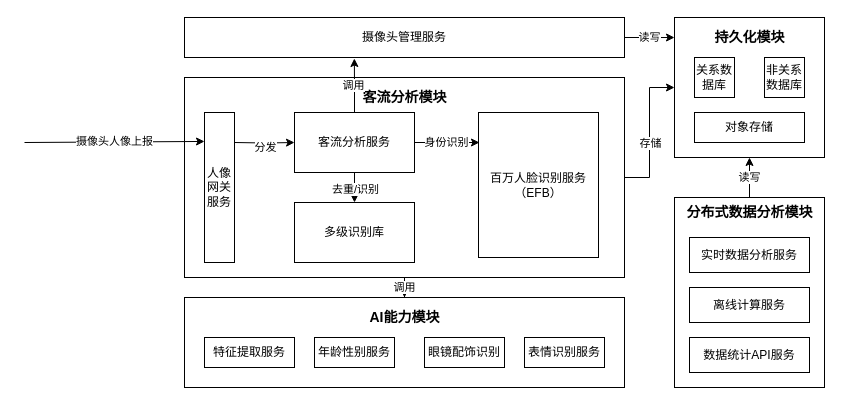
xiaoxinyi/draw-io keeps this draw.io diagram as page "系统架构" (1 of 5) of 客流系统.drawio. Above is the earlier version. Source tidied: cells renumbered, new cells numbered last; positions are measured from the earlier drawing's top-left corner, leaving out a move shared by most shapes. Both pictures are drawn from the tidied source at 100%, with x=0, y=0 at pixel (24, 17).
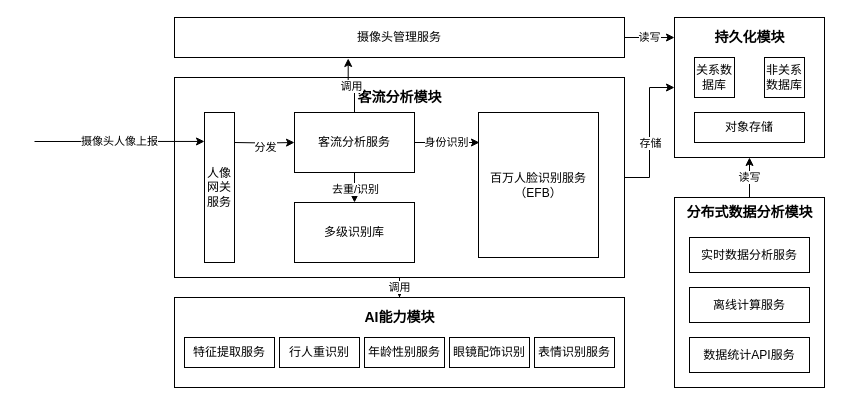
After the change.

Unchanged cells that the change refers to:
```xml
<mxCell id="11" value="人像网关服务" style="rounded=0;whiteSpace=wrap;html=1;" parent="1" vertex="1">
  <mxGeometry x="180" y="95" width="30" height="150" as="geometry" />
</mxCell>
```

The edit, as a diff of the source:
```diff
@@
     <mxCell id="3" value="摄像头管理服务" style="rounded=0;whiteSpace=wrap;html=1;" parent="1" vertex="1">
-      <mxGeometry x="160" width="440" height="40" as="geometry" />
+      <mxGeometry x="150" width="450" height="40" as="geometry" />
     </mxCell>
@@
     <mxCell id="7" style="rounded=0;whiteSpace=wrap;html=1;" parent="1" vertex="1">
-      <mxGeometry x="160" y="60" width="440" height="200" as="geometry" />
+      <mxGeometry x="150" y="60" width="450" height="200" as="geometry" />
     </mxCell>
     <mxCell id="8" value="&lt;b&gt;&lt;font style=&quot;font-size: 14px&quot;&gt;客流分析模块&lt;/font&gt;&lt;/b&gt;" style="text;html=1;align=center;verticalAlign=middle;fillColor=none;strokeColor=none;rounded=0;" parent="1" vertex="1">
-      <mxGeometry x="330" y="70" width="100" height="20" as="geometry" />
+      <mxGeometry x="325" y="70" width="100" height="20" as="geometry" />
     </mxCell>
@@
     <mxCell id="21" value="摄像头人像上报" style="endArrow=classic;html=1;entryX=0;entryY=0.193;entryDx=0;entryDy=0;entryPerimeter=0;" parent="1" edge="1" target="11">
       <mxGeometry relative="1" as="geometry">
-        <mxPoint y="125" as="sourcePoint" />
+        <mxPoint x="10" y="124" as="sourcePoint" />
       </mxGeometry>
     </mxCell>
     <mxCell id="22" style="rounded=0;whiteSpace=wrap;html=1;" parent="1" vertex="1">
-      <mxGeometry x="160" y="280" width="440" height="90" as="geometry" />
+      <mxGeometry x="150" y="280" width="450" height="90" as="geometry" />
     </mxCell>
     <mxCell id="23" value="特征提取服务" style="rounded=0;whiteSpace=wrap;html=1;" parent="1" vertex="1">
-      <mxGeometry x="180" y="320" width="90" height="30" as="geometry" />
+      <mxGeometry x="160" y="320" width="90" height="30" as="geometry" />
     </mxCell>
     <mxCell id="24" value="&lt;font style=&quot;font-size: 14px&quot;&gt;&lt;b&gt;AI能力模块&lt;/b&gt;&lt;/font&gt;" style="text;html=1;align=center;verticalAlign=middle;fillColor=none;strokeColor=none;rounded=0;" parent="1" vertex="1">
-      <mxGeometry x="335" y="290" width="90" height="20" as="geometry" />
+      <mxGeometry x="330" y="290" width="90" height="20" as="geometry" />
     </mxCell>
     <mxCell id="25" value="年龄性别服务" style="rounded=0;whiteSpace=wrap;html=1;" parent="1" vertex="1">
-      <mxGeometry x="290" y="320" width="80" height="30" as="geometry" />
+      <mxGeometry x="340" y="320" width="80" height="30" as="geometry" />
     </mxCell>
     <mxCell id="26" value="眼镜配饰识别" style="rounded=0;whiteSpace=wrap;html=1;" parent="1" vertex="1">
-      <mxGeometry x="400" y="320" width="80" height="30" as="geometry" />
+      <mxGeometry x="425" y="320" width="80" height="30" as="geometry" />
     </mxCell>
     <mxCell id="27" value="表情识别服务" style="rounded=0;whiteSpace=wrap;html=1;" parent="1" vertex="1">
-      <mxGeometry x="500" y="320" width="80" height="30" as="geometry" />
+      <mxGeometry x="510" y="320" width="80" height="30" as="geometry" />
     </mxCell>
@@
+    <mxCell id="39" value="行人重识别" style="rounded=0;whiteSpace=wrap;html=1;" parent="1" vertex="1">
+      <mxGeometry x="255" y="320" width="80" height="30" as="geometry" />
+    </mxCell>
```
